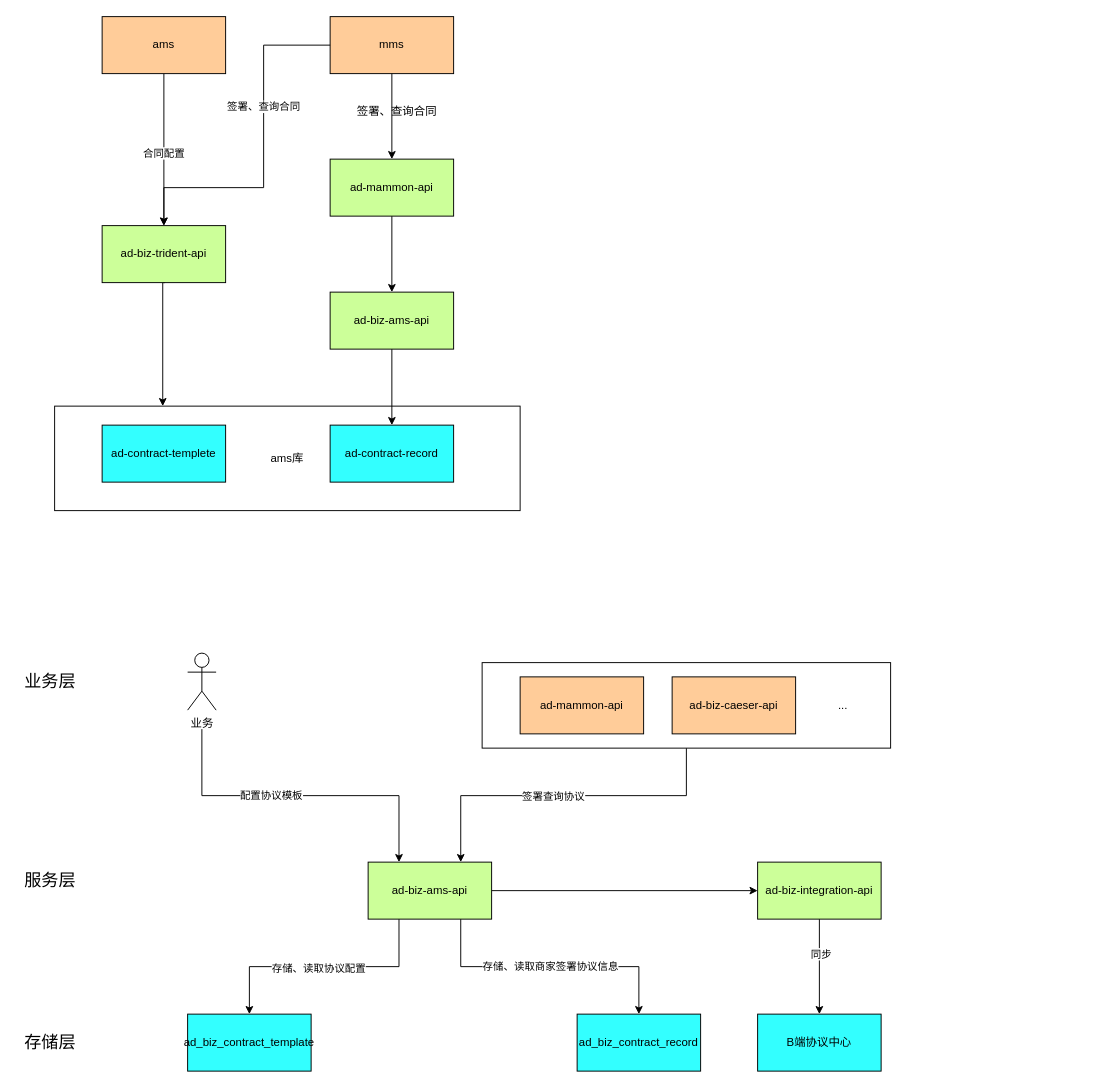
This is diagram/ams合同现状.drawio from flyfeifeiba/pdd-diagram, a draw.io file, before an edit. Source tidied: cells renumbered, new cells numbered last; positions are measured from the earlier drawing's top-left corner, leaving out a move shared by most shapes. Both pictures are drawn from the tidied source at 95%, with x=0, y=0 at pixel (16, 16).
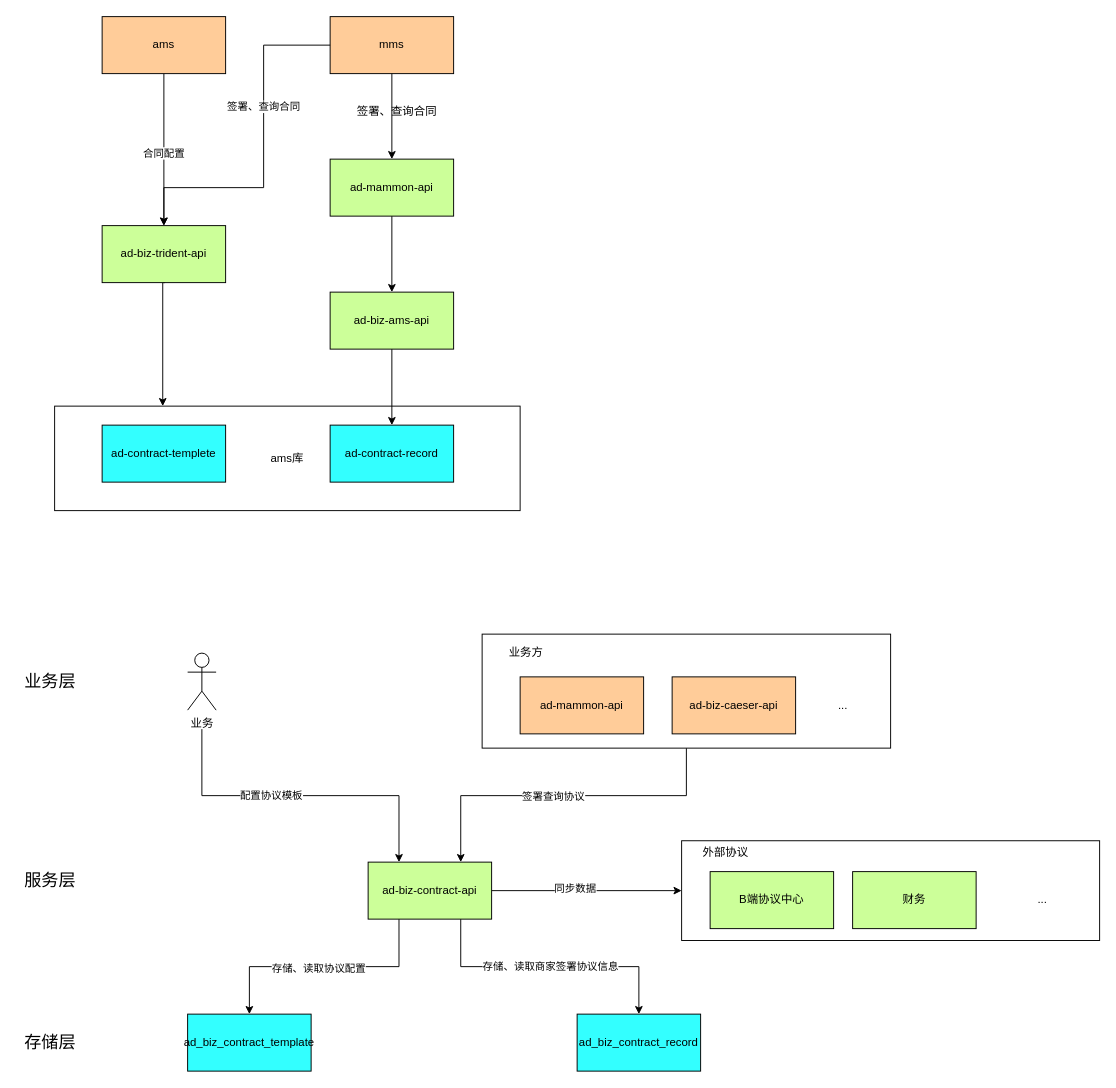
Above is the later version.

What changed in the source:
```diff
@@
-    <mxCell id="23" style="edgeStyle=orthogonalEdgeStyle;rounded=0;jettySize=auto;html=1;" parent="1" edge="1" source="25" target="39">
+    <mxCell id="23" style="edgeStyle=orthogonalEdgeStyle;rounded=0;jettySize=auto;html=1;entryX=0;entryY=0.5;entryDx=0;entryDy=0;" parent="1" edge="1" source="25" target="42">
       <mxGeometry relative="1" as="geometry" />
     </mxCell>
+    <mxCell id="41" value="同步数据" style="edgeLabel;html=1;align=center;verticalAlign=middle;" parent="23" vertex="1">
+      <mxGeometry x="-0.13" y="3" relative="1" as="geometry" />
+    </mxCell>
@@
-    <mxCell id="25" value="ad-biz-ams-api" style="rounded=0;whiteSpace=wrap;html=1;fillColor=#CCFF99;" parent="1" vertex="1">
+    <mxCell id="25" value="ad-biz-contract-api" style="rounded=0;whiteSpace=wrap;html=1;fillColor=#CCFF99;" parent="1" vertex="1">
       <mxGeometry x="370" y="890" width="130" height="60" as="geometry" />
     </mxCell>
@@
     <mxCell id="33" style="rounded=0;whiteSpace=wrap;html=1;" parent="1" vertex="1">
-      <mxGeometry x="490" y="680" width="430" height="90" as="geometry" />
+      <mxGeometry x="490" y="650" width="430" height="120" as="geometry" />
     </mxCell>
@@
-    <mxCell id="37" style="edgeStyle=orthogonalEdgeStyle;rounded=0;jettySize=auto;html=1;exitX=0.5;exitY=1;exitDx=0;exitDy=0;entryX=0.5;entryY=0;entryDx=0;entryDy=0;" parent="1" edge="1" source="39" target="40">
-      <mxGeometry relative="1" as="geometry" />
-    </mxCell>
-    <mxCell id="38" value="同步" style="edgeLabel;html=1;align=center;verticalAlign=middle;" parent="37" vertex="1">
-      <mxGeometry x="-0.28" y="1" relative="1" as="geometry" />
-    </mxCell>
-    <mxCell id="39" value="ad-biz-integration-api" style="rounded=0;whiteSpace=wrap;html=1;fillColor=#CCFF99;" parent="1" vertex="1">
-      <mxGeometry x="780" y="890" width="130" height="60" as="geometry" />
-    </mxCell>
+    <mxCell id="42" style="rounded=0;whiteSpace=wrap;html=1;" parent="1" vertex="1">
+      <mxGeometry x="700" y="867.5" width="440" height="105" as="geometry" />
+    </mxCell>
-    <mxCell id="40" value="B端协议中心" style="rounded=0;whiteSpace=wrap;html=1;fillColor=#33FFFF;" parent="1" vertex="1">
-      <mxGeometry x="780" y="1050" width="130" height="60" as="geometry" />
+    <mxCell id="40" value="B端协议中心" style="rounded=0;whiteSpace=wrap;html=1;fillColor=#CCFF99;" parent="1" vertex="1">
+      <mxGeometry x="730" y="900" width="130" height="60" as="geometry" />
     </mxCell>
+    <mxCell id="43" value="财务" style="rounded=0;whiteSpace=wrap;html=1;fillColor=#CCFF99;" parent="1" vertex="1">
+      <mxGeometry x="880" y="900" width="130" height="60" as="geometry" />
+    </mxCell>
+    <mxCell id="44" value="..." style="text;html=1;strokeColor=none;fillColor=none;align=center;verticalAlign=middle;whiteSpace=wrap;rounded=0;" parent="1" vertex="1">
+      <mxGeometry x="1060" y="920" width="40" height="20" as="geometry" />
+    </mxCell>
+    <mxCell id="45" value="外部协议" style="text;html=1;strokeColor=none;fillColor=none;align=center;verticalAlign=middle;whiteSpace=wrap;rounded=0;" parent="1" vertex="1">
+      <mxGeometry x="710" y="870" width="73" height="20" as="geometry" />
+    </mxCell>
+    <mxCell id="46" value="业务方" style="text;html=1;strokeColor=none;fillColor=none;align=center;verticalAlign=middle;whiteSpace=wrap;rounded=0;" parent="1" vertex="1">
+      <mxGeometry x="500" y="660" width="73" height="20" as="geometry" />
+    </mxCell>
```
